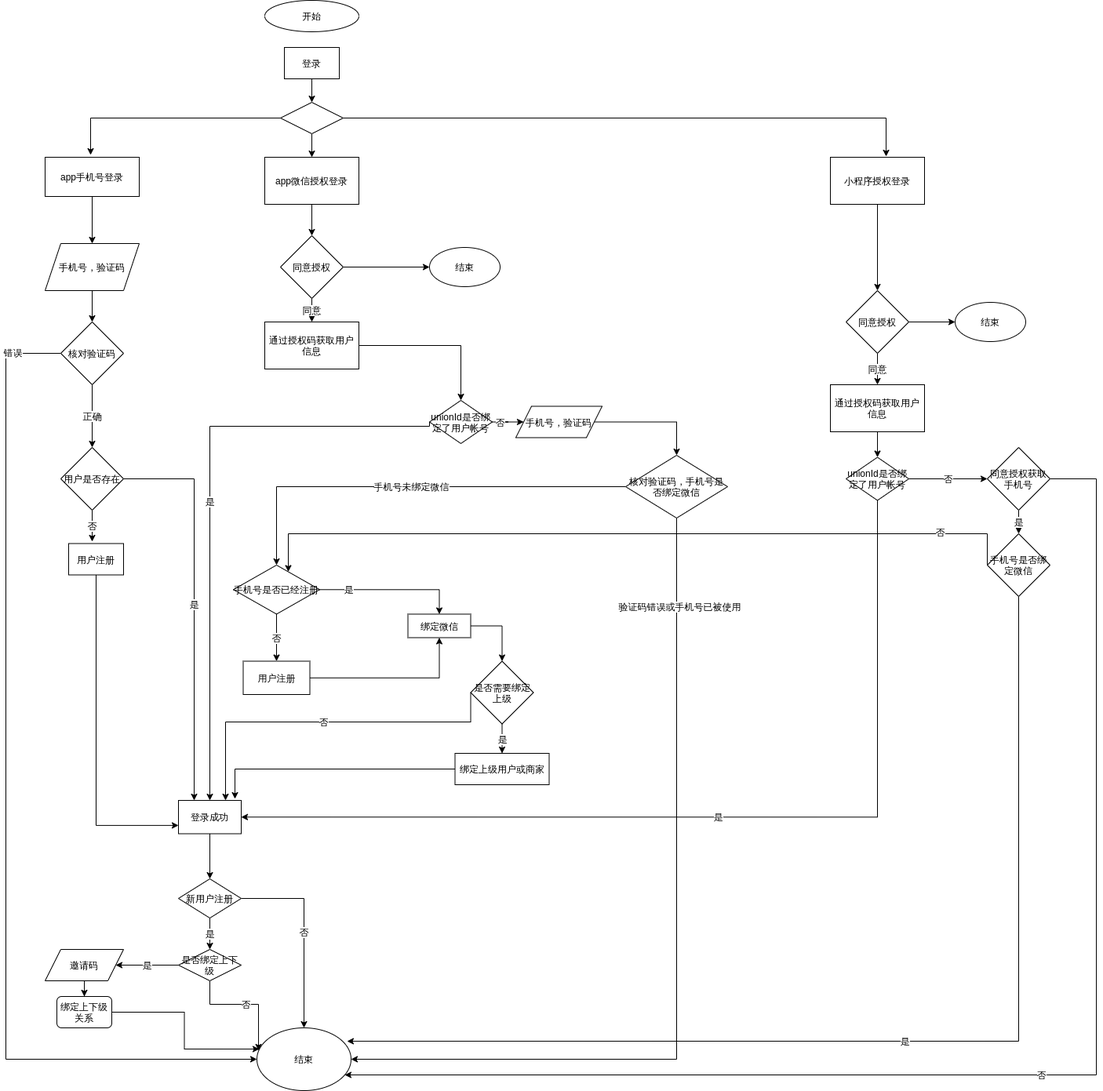
The draw.io diagram login.png in pullFootYouth/springCloudConfig, before a commit. Source tidied: cells renumbered, new cells last; positions are measured from the earlier drawing's top-left corner, leaving out a move shared by most shapes.
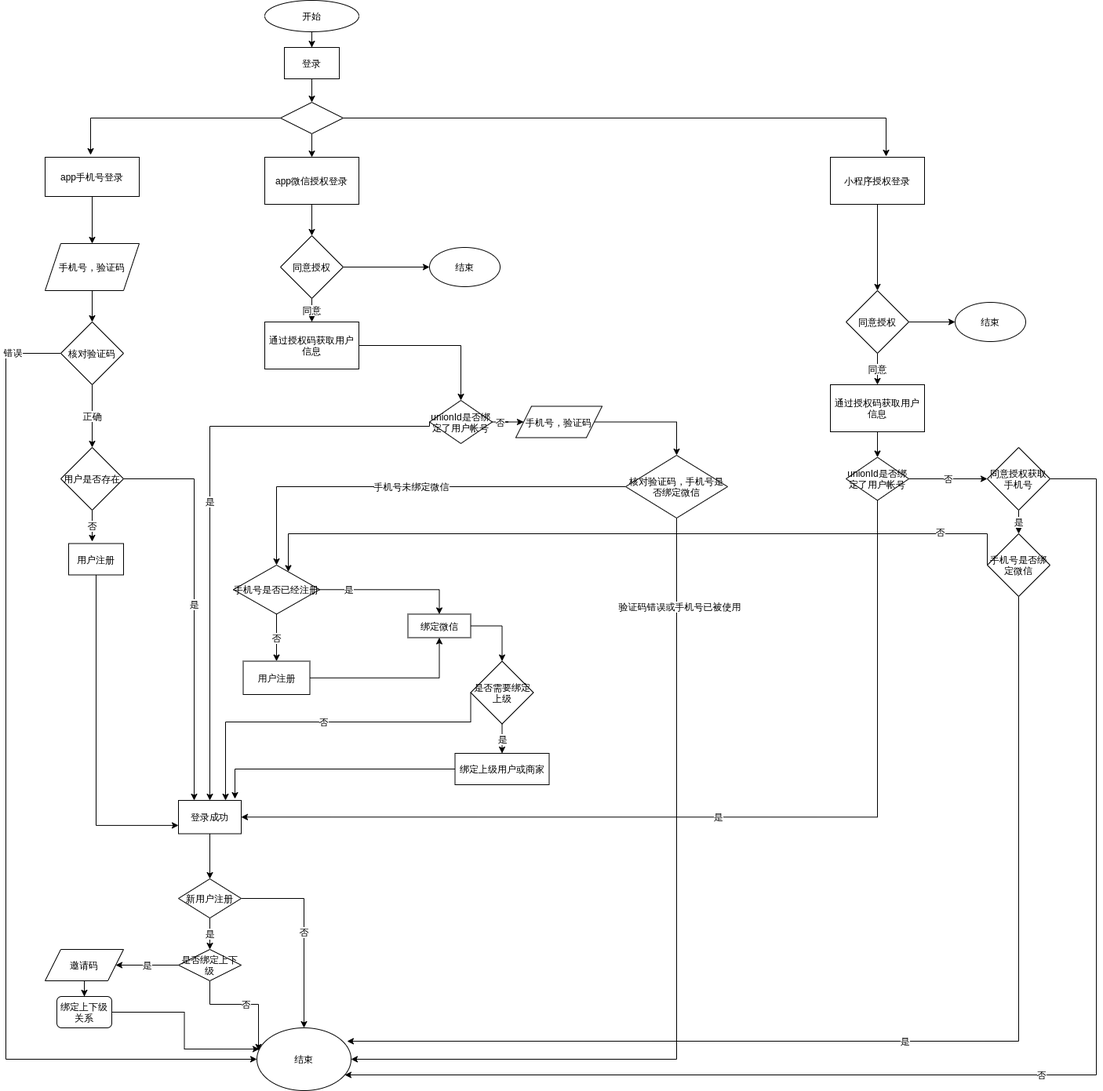
After the change.

Diff of the diagram source:
```diff
@@ -33,6 +33,9 @@
     <mxCell id="8" value="手机号，验证码" style="shape=parallelogram;perimeter=parallelogramPerimeter;whiteSpace=wrap;html=1;fixedSize=1;" parent="1" vertex="1">
       <mxGeometry x="50" y="310" width="120" height="60" as="geometry" />
     </mxCell>
+    <mxCell id="83" style="edgeStyle=orthogonalEdgeStyle;rounded=0;jettySize=auto;html=1;" parent="1" edge="1" source="9" target="26">
+      <mxGeometry relative="1" as="geometry" />
+    </mxCell>
     <mxCell id="9" value="开始" style="ellipse;whiteSpace=wrap;html=1;" parent="1" vertex="1">
       <mxGeometry x="330" width="120" height="40" as="geometry" />
     </mxCell>
```
